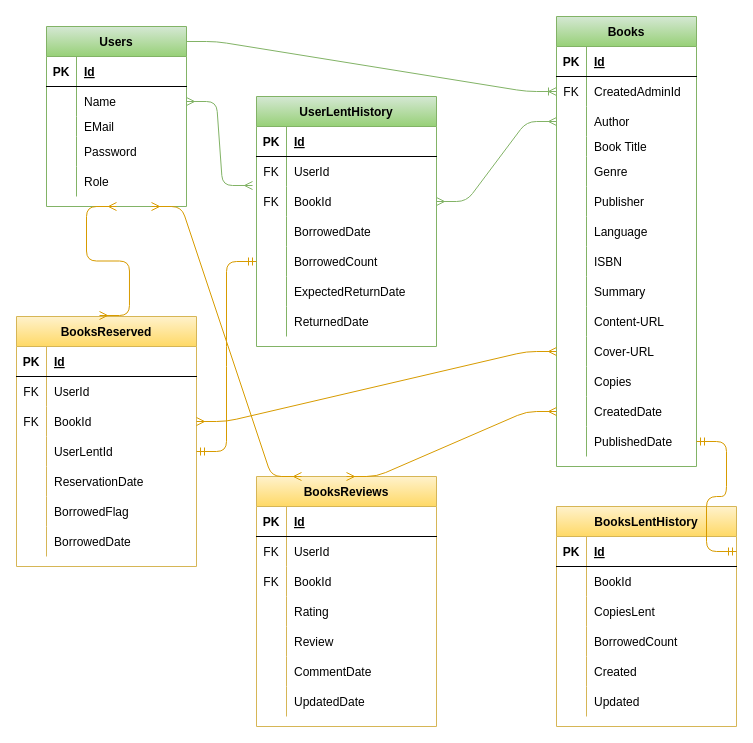
The draw.io diagram Documents/ERD.drawio in Veena-S/DigitalLibrary_Heroku, before the edit. Source tidied: cells renumbered, new cells numbered last; positions are measured from the earlier drawing's top-left corner, leaving out a move shared by most shapes. Both pictures are drawn from the tidied source at 100%, with x=0, y=0 at pixel (16, 16).
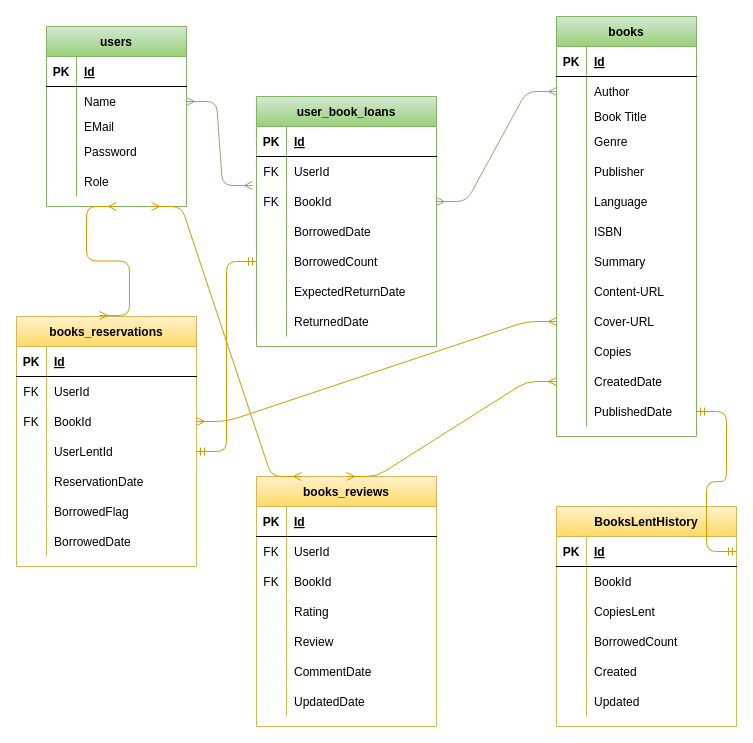
After the change.

Change to the diagram source:
```diff
@@
-    <mxCell id="2" value="Users" style="shape=table;startSize=30;childLayout=tableLayout;rowLines=0;fontStyle=1;align=center;gradientColor=#97d077;fillColor=#d5e8d4;strokeColor=#82b366;" parent="1" vertex="1">
+    <mxCell id="2" value="users" style="shape=table;startSize=30;childLayout=tableLayout;rowLines=0;fontStyle=1;align=center;gradientColor=#97d077;fillColor=#d5e8d4;strokeColor=#82b366;" parent="1" vertex="1">
       <mxGeometry x="30" y="10" width="140" height="180" as="geometry" />
     </mxCell>
@@
-    <mxCell id="18" value="Books" style="shape=table;startSize=30;childLayout=tableLayout;rowLines=0;fontStyle=1;align=center;gradientColor=#97d077;fillColor=#d5e8d4;strokeColor=#82b366;" parent="1" vertex="1">
-      <mxGeometry x="540" width="140" height="450" as="geometry" />
+    <mxCell id="18" value="books" style="shape=table;startSize=30;childLayout=tableLayout;rowLines=0;fontStyle=1;align=center;gradientColor=#97d077;fillColor=#d5e8d4;strokeColor=#82b366;" parent="1" vertex="1">
+      <mxGeometry x="540" width="140" height="420" as="geometry" />
     </mxCell>
@@
-    <mxCell id="22" style="shape=partialRectangle;fillColor=none;top=0;left=0;bottom=0;right=0;points=[[0,0.5],[1,0.5]];portConstraint=eastwest;" parent="18" vertex="1">
-      <mxGeometry y="60" width="140" height="30" as="geometry" />
-    </mxCell>
-    <mxCell id="23" value="FK" style="shape=partialRectangle;fillColor=none;top=0;left=0;bottom=0;right=0;overflow=hidden;" parent="22" vertex="1">
-      <mxGeometry width="30" height="30" as="geometry" />
-    </mxCell>
-    <mxCell id="24" value="CreatedAdminId" style="shape=partialRectangle;fillColor=none;top=0;left=0;bottom=0;right=0;align=left;spacingLeft=6;overflow=hidden;" parent="22" vertex="1">
-      <mxGeometry x="30" width="110" height="30" as="geometry" />
-    </mxCell>
     <mxCell id="25" style="shape=partialRectangle;fillColor=none;top=0;left=0;bottom=0;right=0;points=[[0,0.5],[1,0.5]];portConstraint=eastwest;" parent="18" vertex="1">
-      <mxGeometry y="90" width="140" height="30" as="geometry" />
+      <mxGeometry y="60" width="140" height="30" as="geometry" />
     </mxCell>
@@
     <mxCell id="28" style="shape=partialRectangle;fillColor=none;top=0;left=0;bottom=0;right=0;" parent="18" vertex="1">
-      <mxGeometry y="120" width="140" height="20" as="geometry" />
+      <mxGeometry y="90" width="140" height="20" as="geometry" />
     </mxCell>
@@
     <mxCell id="31" style="shape=partialRectangle;fillColor=none;top=0;left=0;bottom=0;right=0;" parent="18" vertex="1">
-      <mxGeometry y="140" width="140" height="30" as="geometry" />
+      <mxGeometry y="110" width="140" height="30" as="geometry" />
     </mxCell>
@@
     <mxCell id="34" style="shape=partialRectangle;fillColor=none;top=0;left=0;bottom=0;right=0;" parent="18" vertex="1">
-      <mxGeometry y="170" width="140" height="30" as="geometry" />
+      <mxGeometry y="140" width="140" height="30" as="geometry" />
     </mxCell>
@@
     <mxCell id="37" style="shape=partialRectangle;fillColor=none;top=0;left=0;bottom=0;right=0;" parent="18" vertex="1">
-      <mxGeometry y="200" width="140" height="30" as="geometry" />
+      <mxGeometry y="170" width="140" height="30" as="geometry" />
     </mxCell>
@@
     <mxCell id="40" style="shape=partialRectangle;fillColor=none;top=0;left=0;bottom=0;right=0;" parent="18" vertex="1">
-      <mxGeometry y="230" width="140" height="30" as="geometry" />
+      <mxGeometry y="200" width="140" height="30" as="geometry" />
     </mxCell>
@@
     <mxCell id="43" style="shape=partialRectangle;fillColor=none;top=0;left=0;bottom=0;right=0;" parent="18" vertex="1">
-      <mxGeometry y="260" width="140" height="30" as="geometry" />
+      <mxGeometry y="230" width="140" height="30" as="geometry" />
     </mxCell>
@@
     <mxCell id="46" style="shape=partialRectangle;fillColor=none;top=0;left=0;bottom=0;right=0;" parent="18" vertex="1">
-      <mxGeometry y="290" width="140" height="30" as="geometry" />
+      <mxGeometry y="260" width="140" height="30" as="geometry" />
     </mxCell>
@@
     <mxCell id="49" style="shape=partialRectangle;fillColor=none;top=0;left=0;bottom=0;right=0;points=[[0,0.5],[1,0.5]];portConstraint=eastwest;" parent="18" vertex="1">
-      <mxGeometry y="320" width="140" height="30" as="geometry" />
+      <mxGeometry y="290" width="140" height="30" as="geometry" />
     </mxCell>
@@
     <mxCell id="52" style="shape=partialRectangle;fillColor=none;top=0;left=0;bottom=0;right=0;" parent="18" vertex="1">
-      <mxGeometry y="350" width="140" height="30" as="geometry" />
+      <mxGeometry y="320" width="140" height="30" as="geometry" />
     </mxCell>
@@
     <mxCell id="55" style="shape=partialRectangle;fillColor=none;top=0;left=0;bottom=0;right=0;points=[[0,0.5],[1,0.5]];portConstraint=eastwest;" parent="18" vertex="1">
-      <mxGeometry y="380" width="140" height="30" as="geometry" />
+      <mxGeometry y="350" width="140" height="30" as="geometry" />
     </mxCell>
@@
     <mxCell id="58" style="shape=partialRectangle;fillColor=none;top=0;left=0;bottom=0;right=0;points=[[0,0.5],[1,0.5]];portConstraint=eastwest;" parent="18" vertex="1">
-      <mxGeometry y="410" width="140" height="30" as="geometry" />
+      <mxGeometry y="380" width="140" height="30" as="geometry" />
     </mxCell>
@@
-    <mxCell id="61" value="BooksReserved" style="shape=table;startSize=30;childLayout=tableLayout;rowLines=0;fontStyle=1;align=center;gradientColor=#ffd966;fillColor=#fff2cc;strokeColor=#d6b656;" parent="1" vertex="1">
+    <mxCell id="61" value="books_reservations" style="shape=table;startSize=30;childLayout=tableLayout;rowLines=0;fontStyle=1;align=center;gradientColor=#ffd966;fillColor=#fff2cc;strokeColor=#d6b656;" parent="1" vertex="1">
       <mxGeometry y="300" width="180" height="250" as="geometry" />
     </mxCell>
@@
-    <mxCell id="83" value="UserLentHistory" style="shape=table;startSize=30;childLayout=tableLayout;rowLines=0;fontStyle=1;align=center;gradientColor=#97d077;fillColor=#d5e8d4;strokeColor=#82b366;" parent="1" vertex="1">
+    <mxCell id="83" value="user_book_loans" style="shape=table;startSize=30;childLayout=tableLayout;rowLines=0;fontStyle=1;align=center;gradientColor=#97d077;fillColor=#d5e8d4;strokeColor=#82b366;" parent="1" vertex="1">
       <mxGeometry x="240" y="80" width="180" height="250" as="geometry" />
     </mxCell>
@@
-    <mxCell id="124" style="edgeStyle=entityRelationEdgeStyle;fontSize=12;html=1;endArrow=ERoneToMany;entryX=0;entryY=0.5;entryDx=0;entryDy=0;gradientColor=#97d077;fillColor=#d5e8d4;strokeColor=#82b366;" parent="1" edge="1" target="22">
-      <mxGeometry relative="1" as="geometry">
-        <mxPoint x="170" y="25" as="sourcePoint" />
-      </mxGeometry>
-    </mxCell>
@@
-    <mxCell id="131" value="BooksReviews" style="shape=table;startSize=30;childLayout=tableLayout;rowLines=0;fontStyle=1;align=center;gradientColor=#ffd966;fillColor=#fff2cc;strokeColor=#d6b656;" parent="1" vertex="1">
+    <mxCell id="131" value="books_reviews" style="shape=table;startSize=30;childLayout=tableLayout;rowLines=0;fontStyle=1;align=center;gradientColor=#ffd966;fillColor=#fff2cc;strokeColor=#d6b656;" parent="1" vertex="1">
       <mxGeometry x="240" y="460" width="180" height="250" as="geometry" />
     </mxCell>
```
